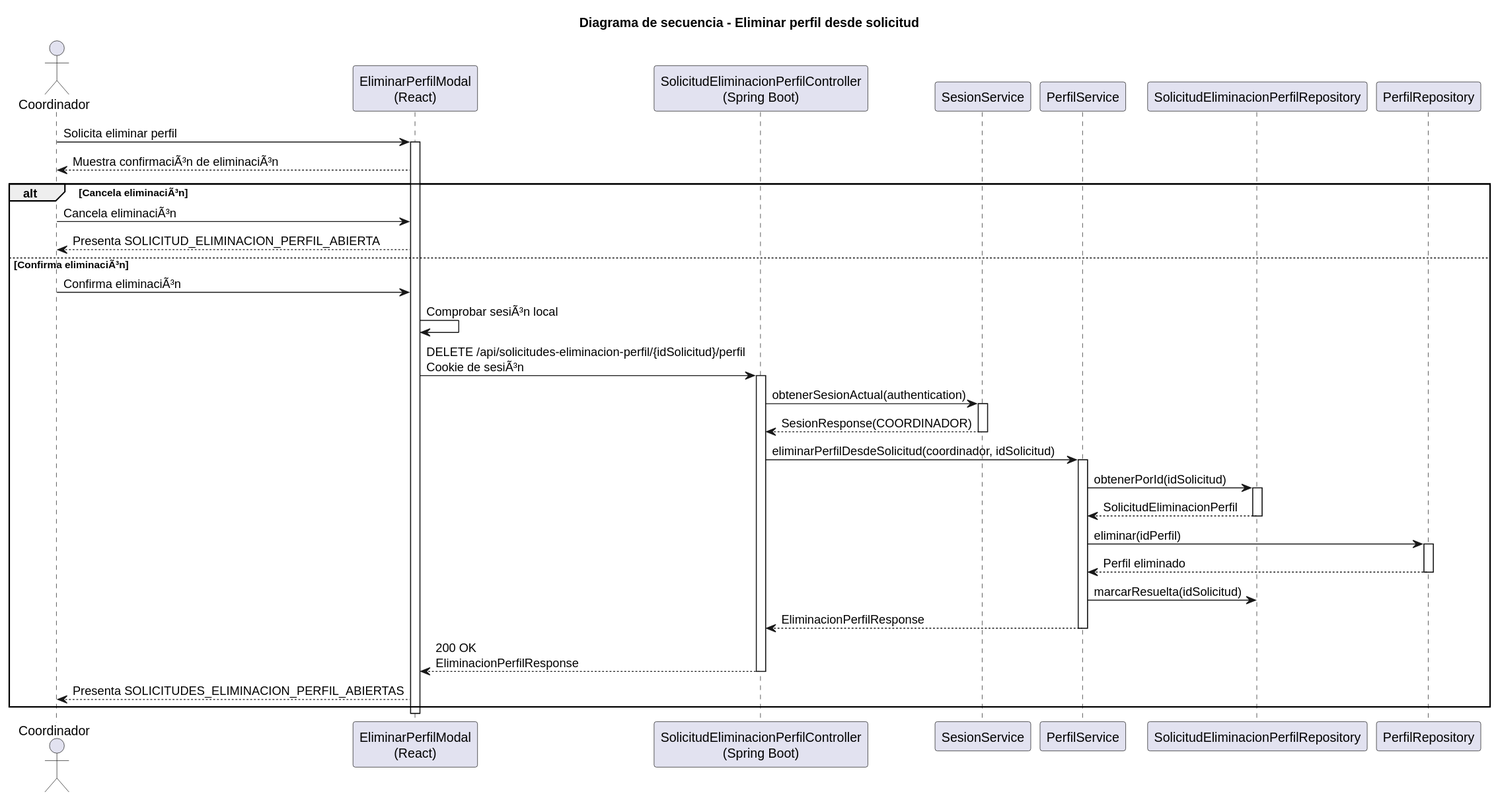
This is images/RUP/02-diseño/casos-uso/coordinador/eliminarPerfil/secuencia.svg from beatriizorozco/25-26-idsw2-sdVC, a PlantUML export, as it was before one commit.
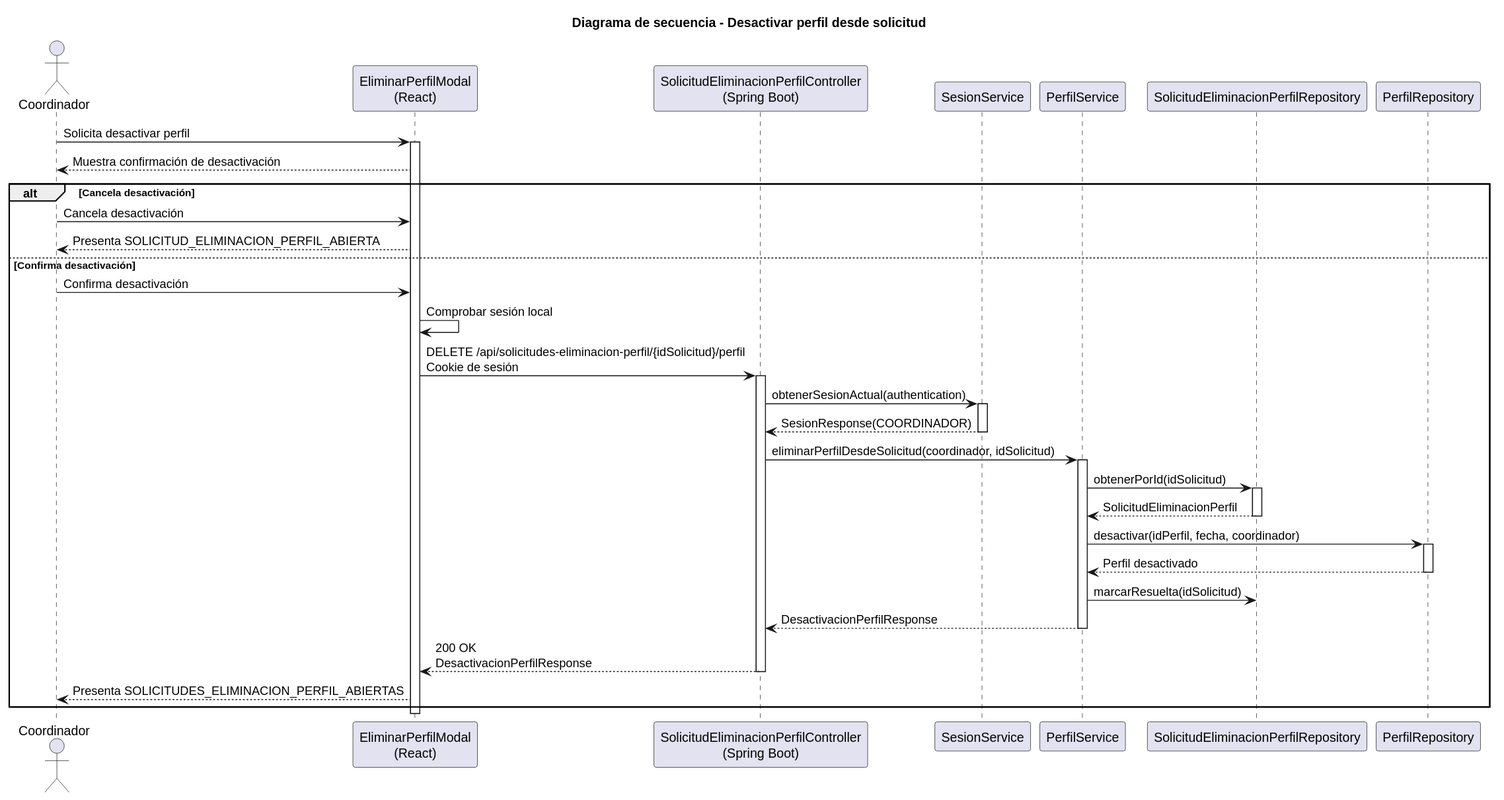
After the change.

Diff of the diagram source:
```diff
@@ -1,5 +1,5 @@
 @startuml
-title Diagrama de secuencia - Eliminar perfil desde solicitud
+title Diagrama de secuencia - Desactivar perfil desde solicitud
 
 actor Coordinador
 participant "EliminarPerfilModal\n(React)" as Frontend
@@ -9,16 +9,16 @@
 participant "SolicitudEliminacionPerfilRepository" as SolicitudRepository
 participant "PerfilRepository" as PerfilRepository
 
-Coordinador -> Frontend: Solicita eliminar perfil
+Coordinador -> Frontend: Solicita desactivar perfil
 activate Frontend
-Frontend --> Coordinador: Muestra confirmaciÃ³n de eliminaciÃ³n
-alt Cancela eliminaciÃ³n
-    Coordinador -> Frontend: Cancela eliminaciÃ³n
+Frontend --> Coordinador: Muestra confirmación de desactivación
+alt Cancela desactivación
+    Coordinador -> Frontend: Cancela desactivación
     Frontend --> Coordinador: Presenta SOLICITUD_ELIMINACION_PERFIL_ABIERTA
-else Confirma eliminaciÃ³n
-    Coordinador -> Frontend: Confirma eliminaciÃ³n
-    Frontend -> Frontend: Comprobar sesiÃ³n local
-    Frontend -> Api: DELETE /api/solicitudes-eliminacion-perfil/{idSolicitud}/perfil\nCookie de sesiÃ³n
+else Confirma desactivación
+    Coordinador -> Frontend: Confirma desactivación
+    Frontend -> Frontend: Comprobar sesión local
+    Frontend -> Api: DELETE /api/solicitudes-eliminacion-perfil/{idSolicitud}/perfil\nCookie de sesión
     activate Api
     Api -> Sesion: obtenerSesionActual(authentication)
     activate Sesion
@@ -30,14 +30,14 @@
     activate SolicitudRepository
     SolicitudRepository --> PerfilService: SolicitudEliminacionPerfil
     deactivate SolicitudRepository
-    PerfilService -> PerfilRepository: eliminar(idPerfil)
+    PerfilService -> PerfilRepository: desactivar(idPerfil, fecha, coordinador)
     activate PerfilRepository
-    PerfilRepository --> PerfilService: Perfil eliminado
+    PerfilRepository --> PerfilService: Perfil desactivado
     deactivate PerfilRepository
     PerfilService -> SolicitudRepository: marcarResuelta(idSolicitud)
-    PerfilService --> Api: EliminacionPerfilResponse
+    PerfilService --> Api: DesactivacionPerfilResponse
     deactivate PerfilService
-    Api --> Frontend: 200 OK\nEliminacionPerfilResponse
+    Api --> Frontend: 200 OK\nDesactivacionPerfilResponse
     deactivate Api
     Frontend --> Coordinador: Presenta SOLICITUDES_ELIMINACION_PERFIL_ABIERTAS
 end
```
